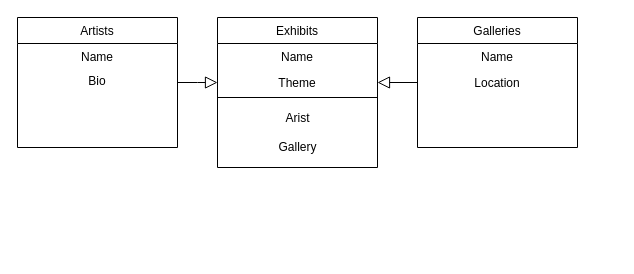
Above: association.drawio in andreaesparza13/phase-3-sinatra-react-project (draw.io), before the change. Source tidied: cells renumbered, new cells numbered last; positions are measured from the earlier drawing's top-left corner, leaving out a move shared by most shapes. Both pictures are drawn from the tidied source at 100%, with x=0, y=0 at pixel (17, 17).
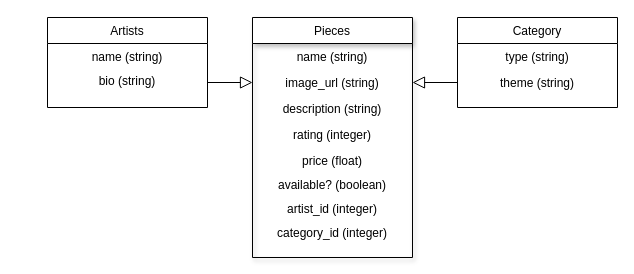
After the change.

Commit message:
updated association diagram

Change to the diagram source:
```diff
@@
 <mxGraphModel>
   <root>
     <mxCell id="0" />
     <mxCell id="1" parent="0" />
-    <mxCell id="2" value="Exhibits" style="swimlane;fontStyle=0;align=center;verticalAlign=top;horizontal=1;startSize=26;rounded=0;shadow=0;strokeWidth=1;" parent="1" vertex="1">
-      <mxGeometry x="200" width="160" height="150" as="geometry" />
+    <mxCell id="2" value="Category" style="swimlane;fontStyle=0;align=center;verticalAlign=top;horizontal=1;startSize=26;rounded=0;shadow=0;strokeWidth=1;" parent="1" vertex="1">
+      <mxGeometry x="440" width="160" height="90" as="geometry" />
     </mxCell>
-    <mxCell id="3" value="Name" style="text;align=center;verticalAlign=top;spacingLeft=4;spacingRight=4;overflow=hidden;" parent="2" vertex="1">
+    <mxCell id="3" value="type (string)" style="text;align=center;verticalAlign=top;spacingLeft=4;spacingRight=4;overflow=hidden;" parent="2" vertex="1">
       <mxGeometry y="26" width="160" height="26" as="geometry" />
     </mxCell>
-    <mxCell id="4" value="Theme" style="text;align=center;verticalAlign=top;spacingLeft=4;spacingRight=4;overflow=hidden;points=[[0,0.5],[1,0.5]];portConstraint=eastwest;rounded=0;shadow=0;html=0;" parent="2" vertex="1">
-      <mxGeometry y="52" width="160" height="26" as="geometry" />
-    </mxCell>
-    <mxCell id="5" style="html=1;strokeColor=default;startArrow=none;startFill=0;endArrow=none;endFill=0;" parent="2" edge="1">
-      <mxGeometry relative="1" as="geometry">
-        <mxPoint y="80" as="sourcePoint" />
-        <mxPoint x="160" y="80" as="targetPoint" />
-      </mxGeometry>
-    </mxCell>
+    <mxCell id="16" value="theme (string)" style="text;align=center;verticalAlign=top;spacingLeft=4;spacingRight=4;overflow=hidden;" parent="2" vertex="1">
+      <mxGeometry y="52" width="160" height="26" as="geometry" />
+    </mxCell>
     <mxCell id="6" value="Artists" style="swimlane;fontStyle=0;align=center;verticalAlign=top;horizontal=1;startSize=26;rounded=0;shadow=0;strokeWidth=1;" parent="1" vertex="1">
-      <mxGeometry width="160" height="130" as="geometry" />
+      <mxGeometry x="30" width="160" height="90" as="geometry" />
     </mxCell>
-    <mxCell id="7" value="Name" style="text;align=center;verticalAlign=top;spacingLeft=4;spacingRight=4;overflow=hidden;" parent="6" vertex="1">
+    <mxCell id="7" value="name (string)" style="text;align=center;verticalAlign=top;spacingLeft=4;spacingRight=4;overflow=hidden;" parent="6" vertex="1">
       <mxGeometry y="26" width="160" height="24" as="geometry" />
     </mxCell>
-    <mxCell id="8" value="Bio" style="text;align=center;verticalAlign=top;spacingLeft=4;spacingRight=4;overflow=hidden;" parent="6" vertex="1">
+    <mxCell id="8" value="bio (string)" style="text;align=center;verticalAlign=top;spacingLeft=4;spacingRight=4;overflow=hidden;" parent="6" vertex="1">
       <mxGeometry y="50" width="160" height="24" as="geometry" />
     </mxCell>
-    <mxCell id="9" style="endArrow=block;endSize=10;endFill=0;shadow=0;strokeWidth=1;rounded=0;edgeStyle=elbowEdgeStyle;elbow=vertical;" parent="1" edge="1" source="6" target="2">
+    <mxCell id="9" style="endArrow=block;endSize=10;endFill=0;shadow=0;strokeWidth=1;rounded=0;edgeStyle=elbowEdgeStyle;elbow=vertical;entryX=0;entryY=0.5;entryDx=0;entryDy=0;" parent="1" edge="1" source="6" target="12">
       <mxGeometry relative="1" as="geometry" />
     </mxCell>
-    <mxCell id="10" value="Galleries" style="swimlane;fontStyle=0;align=center;verticalAlign=top;horizontal=1;startSize=26;rounded=0;shadow=0;strokeWidth=1;" parent="1" vertex="1">
-      <mxGeometry x="400" width="160" height="130" as="geometry" />
+    <mxCell id="10" value="Pieces" style="swimlane;fontStyle=0;align=center;verticalAlign=top;horizontal=1;startSize=26;rounded=0;shadow=1;strokeWidth=1;" parent="1" vertex="1">
+      <mxGeometry x="235" width="160" height="240" as="geometry" />
     </mxCell>
-    <mxCell id="11" value="Name" style="text;align=center;verticalAlign=top;spacingLeft=4;spacingRight=4;overflow=hidden;" parent="10" vertex="1">
+    <mxCell id="11" value="name (string)" style="text;align=center;verticalAlign=top;spacingLeft=4;spacingRight=4;overflow=hidden;" parent="10" vertex="1">
       <mxGeometry y="26" width="160" height="26" as="geometry" />
     </mxCell>
-    <mxCell id="12" value="Location" style="text;align=center;verticalAlign=top;spacingLeft=4;spacingRight=4;overflow=hidden;points=[[0,0.5],[1,0.5]];portConstraint=eastwest;rounded=0;shadow=0;html=0;" parent="10" vertex="1">
+    <mxCell id="12" value="image_url (string)" style="text;align=center;verticalAlign=top;spacingLeft=4;spacingRight=4;overflow=hidden;points=[[0,0.5],[1,0.5]];portConstraint=eastwest;rounded=0;shadow=0;html=0;" parent="10" vertex="1">
       <mxGeometry y="52" width="160" height="26" as="geometry" />
     </mxCell>
-    <mxCell id="13" style="endArrow=block;endSize=10;endFill=0;shadow=0;strokeWidth=1;rounded=0;edgeStyle=elbowEdgeStyle;elbow=vertical;exitX=0;exitY=0.5;exitDx=0;exitDy=0;entryX=1;entryY=0.5;entryDx=0;entryDy=0;" parent="1" edge="1" target="4">
-      <mxGeometry relative="1" as="geometry">
-        <mxPoint x="400" y="91" as="sourcePoint" />
-        <Array as="points">
-          <mxPoint x="380" y="65" />
-        </Array>
-      </mxGeometry>
-    </mxCell>
-    <mxCell id="14" value="Arist" style="text;html=1;align=center;verticalAlign=middle;strokeColor=none;fillColor=none;" parent="1" vertex="1">
-      <mxGeometry x="260" y="91" width="40" height="20" as="geometry" />
-    </mxCell>
-    <mxCell id="15" value="Gallery" style="text;html=1;align=center;verticalAlign=middle;strokeColor=none;fillColor=none;" parent="1" vertex="1">
-      <mxGeometry x="255" y="120" width="50" height="20" as="geometry" />
-    </mxCell>
+    <mxCell id="17" value="description (string)" style="text;align=center;verticalAlign=top;spacingLeft=4;spacingRight=4;overflow=hidden;rounded=0;shadow=0;html=0;" parent="10" vertex="1">
+      <mxGeometry y="78" width="160" height="26" as="geometry" />
+    </mxCell>
+    <mxCell id="18" value="rating (integer)" style="text;align=center;verticalAlign=top;spacingLeft=4;spacingRight=4;overflow=hidden;rounded=0;shadow=0;html=0;" parent="10" vertex="1">
+      <mxGeometry y="104" width="160" height="26" as="geometry" />
+    </mxCell>
+    <mxCell id="19" value="price (float)" style="text;align=center;verticalAlign=top;spacingLeft=4;spacingRight=4;overflow=hidden;" parent="10" vertex="1">
+      <mxGeometry y="130" width="160" height="24" as="geometry" />
+    </mxCell>
+    <mxCell id="20" value="available? (boolean)" style="text;align=center;verticalAlign=top;spacingLeft=4;spacingRight=4;overflow=hidden;" parent="10" vertex="1">
+      <mxGeometry y="154" width="160" height="24" as="geometry" />
+    </mxCell>
+    <mxCell id="21" value="artist_id (integer)" style="text;align=center;verticalAlign=top;spacingLeft=4;spacingRight=4;overflow=hidden;" parent="10" vertex="1">
+      <mxGeometry y="178" width="160" height="24" as="geometry" />
+    </mxCell>
+    <mxCell id="22" value="category_id (integer)" style="text;align=center;verticalAlign=top;spacingLeft=4;spacingRight=4;overflow=hidden;" parent="10" vertex="1">
+      <mxGeometry y="202" width="160" height="24" as="geometry" />
+    </mxCell>
+    <mxCell id="23" style="edgeStyle=none;html=1;entryX=1;entryY=0.5;entryDx=0;entryDy=0;startArrow=none;startFill=0;endArrow=block;endFill=0;strokeColor=default;rounded=0;endSize=10;" parent="1" edge="1" target="12">
+      <mxGeometry relative="1" as="geometry">
+        <mxPoint x="440" y="65" as="sourcePoint" />
+      </mxGeometry>
+    </mxCell>
   </root>
 </mxGraphModel>
```
